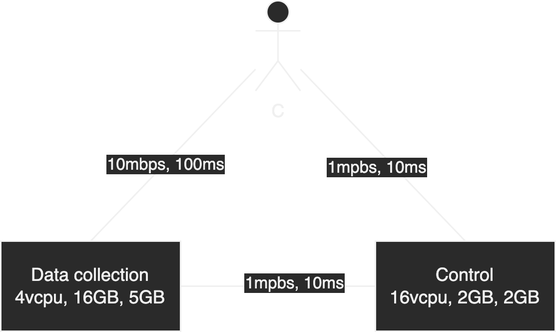
Above: notes/app-iot.drawio.png in Manasvini/mesh-bw-scheduler (draw.io), before the change. Source tidied: cells renumbered, new cells last; positions are measured from the earlier drawing's top-left corner, leaving out a move shared by most shapes. The source it was exported from:
```xml
<mxGraphModel>
  <root>
    <mxCell id="0" />
    <mxCell id="1" parent="0" />
    <mxCell id="2" style="jettySize=auto;html=1;exitX=0;exitY=0.5;exitDx=0;exitDy=0;entryX=1;entryY=0.5;entryDx=0;entryDy=0;rounded=0;endArrow=none;endFill=0;" parent="1" edge="1" source="10" target="9">
      <mxGeometry relative="1" as="geometry" />
    </mxCell>
    <mxCell id="3" value="1mpbs, 10ms" style="edgeLabel;html=1;align=center;verticalAlign=middle;" parent="2" vertex="1">
      <mxGeometry x="-0.15" y="-3" relative="1" as="geometry" />
    </mxCell>
    <mxCell id="4" style="edgeStyle=none;rounded=0;jettySize=auto;html=1;endArrow=none;endFill=0;entryX=0.5;entryY=0;entryDx=0;entryDy=0;" parent="1" edge="1" source="8" target="9">
      <mxGeometry relative="1" as="geometry" />
    </mxCell>
    <mxCell id="5" value="10mbps, 100ms" style="edgeLabel;html=1;align=center;verticalAlign=middle;" parent="4" vertex="1">
      <mxGeometry x="0.1" relative="1" as="geometry" />
    </mxCell>
    <mxCell id="6" style="edgeStyle=none;rounded=0;jettySize=auto;html=1;endArrow=none;endFill=0;entryX=0.5;entryY=0;entryDx=0;entryDy=0;" parent="1" edge="1" source="8" target="10">
      <mxGeometry relative="1" as="geometry" />
    </mxCell>
    <mxCell id="7" value="1mpbs, 10ms" style="edgeLabel;html=1;align=center;verticalAlign=middle;" parent="6" vertex="1">
      <mxGeometry x="-0.37" y="2" relative="1" as="geometry">
        <mxPoint x="14" y="30" as="offset" />
      </mxGeometry>
    </mxCell>
    <mxCell id="8" value="C" style="shape=umlActor;verticalLabelPosition=bottom;verticalAlign=top;html=1;outlineConnect=0;" parent="1" vertex="1">
      <mxGeometry x="170" width="30" height="60" as="geometry" />
    </mxCell>
    <mxCell id="9" value="Data collection&lt;br&gt;4vcpu, 16GB, 5GB" style="rounded=0;whiteSpace=wrap;html=1;" parent="1" vertex="1">
      <mxGeometry y="160" width="120" height="60" as="geometry" />
    </mxCell>
    <mxCell id="10" value="Control&lt;br&gt;16vcpu, 2GB, 2GB" style="rounded=0;whiteSpace=wrap;html=1;" parent="1" vertex="1">
      <mxGeometry x="250" y="160" width="120" height="60" as="geometry" />
    </mxCell>
  </root>
</mxGraphModel>
```
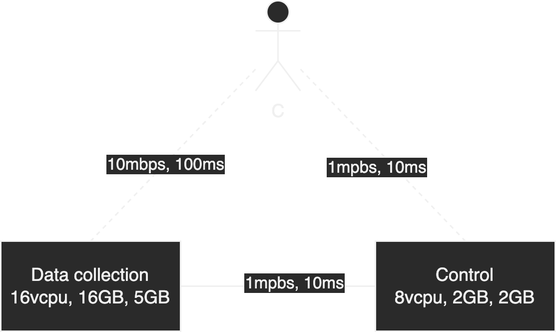
After the commit.

What changed in the source:
```diff
@@ -2,34 +2,34 @@
   <root>
     <mxCell id="0" />
     <mxCell id="1" parent="0" />
-    <mxCell id="2" style="jettySize=auto;html=1;exitX=0;exitY=0.5;exitDx=0;exitDy=0;entryX=1;entryY=0.5;entryDx=0;entryDy=0;rounded=0;endArrow=none;endFill=0;" parent="1" edge="1" source="10" target="9">
-      <mxGeometry relative="1" as="geometry" />
-    </mxCell>
-    <mxCell id="3" value="1mpbs, 10ms" style="edgeLabel;html=1;align=center;verticalAlign=middle;" parent="2" vertex="1">
-      <mxGeometry x="-0.15" y="-3" relative="1" as="geometry" />
-    </mxCell>
-    <mxCell id="4" style="edgeStyle=none;rounded=0;jettySize=auto;html=1;endArrow=none;endFill=0;entryX=0.5;entryY=0;entryDx=0;entryDy=0;" parent="1" edge="1" source="8" target="9">
-      <mxGeometry relative="1" as="geometry" />
-    </mxCell>
+    <mxCell id="11" style="jettySize=auto;html=1;exitX=0;exitY=0.5;exitDx=0;exitDy=0;entryX=1;entryY=0.5;entryDx=0;entryDy=0;rounded=0;endArrow=none;endFill=0;" parent="1" edge="1" source="17" target="16">
+      <mxGeometry relative="1" as="geometry" />
+    </mxCell>
+    <mxCell id="12" value="1mpbs, 10ms" style="edgeLabel;html=1;align=center;verticalAlign=middle;" parent="11" vertex="1">
+      <mxGeometry x="-0.15" y="-3" relative="1" as="geometry" />
+    </mxCell>
+    <mxCell id="13" style="edgeStyle=none;rounded=0;jettySize=auto;html=1;endArrow=none;endFill=0;entryX=0.5;entryY=0;entryDx=0;entryDy=0;dashed=1;" parent="1" edge="1" source="8" target="16">
+      <mxGeometry relative="1" as="geometry" />
+    </mxCell>
-    <mxCell id="5" value="10mbps, 100ms" style="edgeLabel;html=1;align=center;verticalAlign=middle;" parent="4" vertex="1">
+    <mxCell id="5" value="10mbps, 100ms" style="edgeLabel;html=1;align=center;verticalAlign=middle;" parent="13" vertex="1">
       <mxGeometry x="0.1" relative="1" as="geometry" />
     </mxCell>
-    <mxCell id="6" style="edgeStyle=none;rounded=0;jettySize=auto;html=1;endArrow=none;endFill=0;entryX=0.5;entryY=0;entryDx=0;entryDy=0;" parent="1" edge="1" source="8" target="10">
-      <mxGeometry relative="1" as="geometry" />
-    </mxCell>
-    <mxCell id="7" value="1mpbs, 10ms" style="edgeLabel;html=1;align=center;verticalAlign=middle;" parent="6" vertex="1">
-      <mxGeometry x="-0.37" y="2" relative="1" as="geometry">
-        <mxPoint x="14" y="30" as="offset" />
-      </mxGeometry>
-    </mxCell>
+    <mxCell id="14" style="edgeStyle=none;rounded=0;jettySize=auto;html=1;endArrow=none;endFill=0;entryX=0.5;entryY=0;entryDx=0;entryDy=0;dashed=1;" parent="1" edge="1" source="8" target="17">
+      <mxGeometry relative="1" as="geometry" />
+    </mxCell>
+    <mxCell id="15" value="1mpbs, 10ms" style="edgeLabel;html=1;align=center;verticalAlign=middle;" parent="14" vertex="1">
+      <mxGeometry x="-0.37" y="2" relative="1" as="geometry">
+        <mxPoint x="14" y="30" as="offset" />
+      </mxGeometry>
+    </mxCell>
     <mxCell id="8" value="C" style="shape=umlActor;verticalLabelPosition=bottom;verticalAlign=top;html=1;outlineConnect=0;" parent="1" vertex="1">
       <mxGeometry x="170" width="30" height="60" as="geometry" />
     </mxCell>
-    <mxCell id="9" value="Data collection&lt;br&gt;4vcpu, 16GB, 5GB" style="rounded=0;whiteSpace=wrap;html=1;" parent="1" vertex="1">
-      <mxGeometry y="160" width="120" height="60" as="geometry" />
-    </mxCell>
-    <mxCell id="10" value="Control&lt;br&gt;16vcpu, 2GB, 2GB" style="rounded=0;whiteSpace=wrap;html=1;" parent="1" vertex="1">
-      <mxGeometry x="250" y="160" width="120" height="60" as="geometry" />
-    </mxCell>
+    <mxCell id="16" value="Data collection&lt;br&gt;16vcpu, 16GB, 5GB" style="rounded=0;whiteSpace=wrap;html=1;" parent="1" vertex="1">
+      <mxGeometry y="160" width="120" height="60" as="geometry" />
+    </mxCell>
+    <mxCell id="17" value="Control&lt;br&gt;8vcpu, 2GB, 2GB" style="rounded=0;whiteSpace=wrap;html=1;" parent="1" vertex="1">
+      <mxGeometry x="250" y="160" width="120" height="60" as="geometry" />
+    </mxCell>
   </root>
 </mxGraphModel>
```
